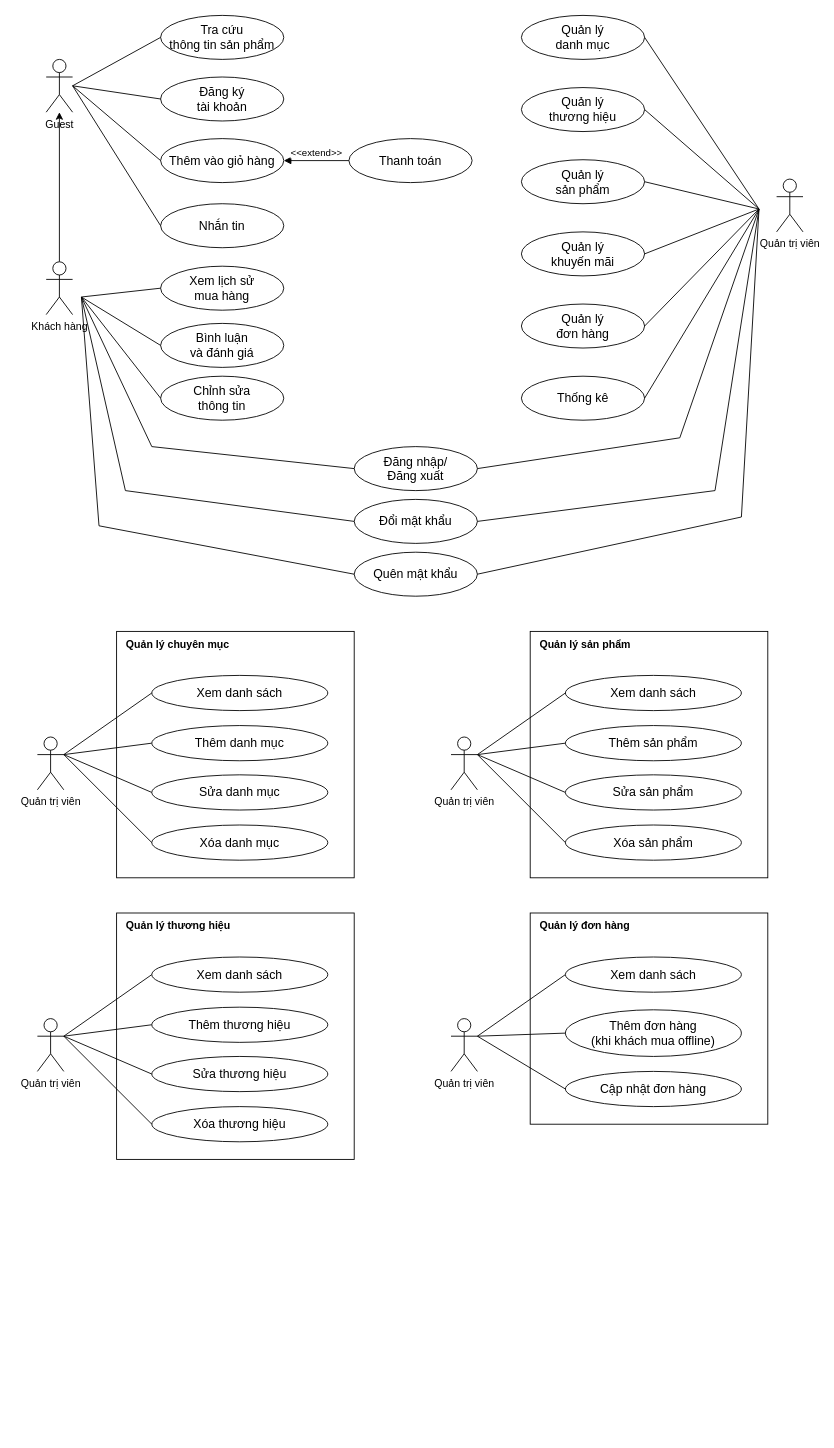
Earlier version of the draw.io diagram docs/01_vi_Usecase_new.drawio (quockhanhtn/mern-ecommerce). Source tidied: cells renumbered, new cells numbered last; positions are measured from the earlier drawing's top-left corner, leaving out a move shared by most shapes. Both pictures are drawn from the tidied source at 88%, with x=0, y=0 at pixel (37, 15).
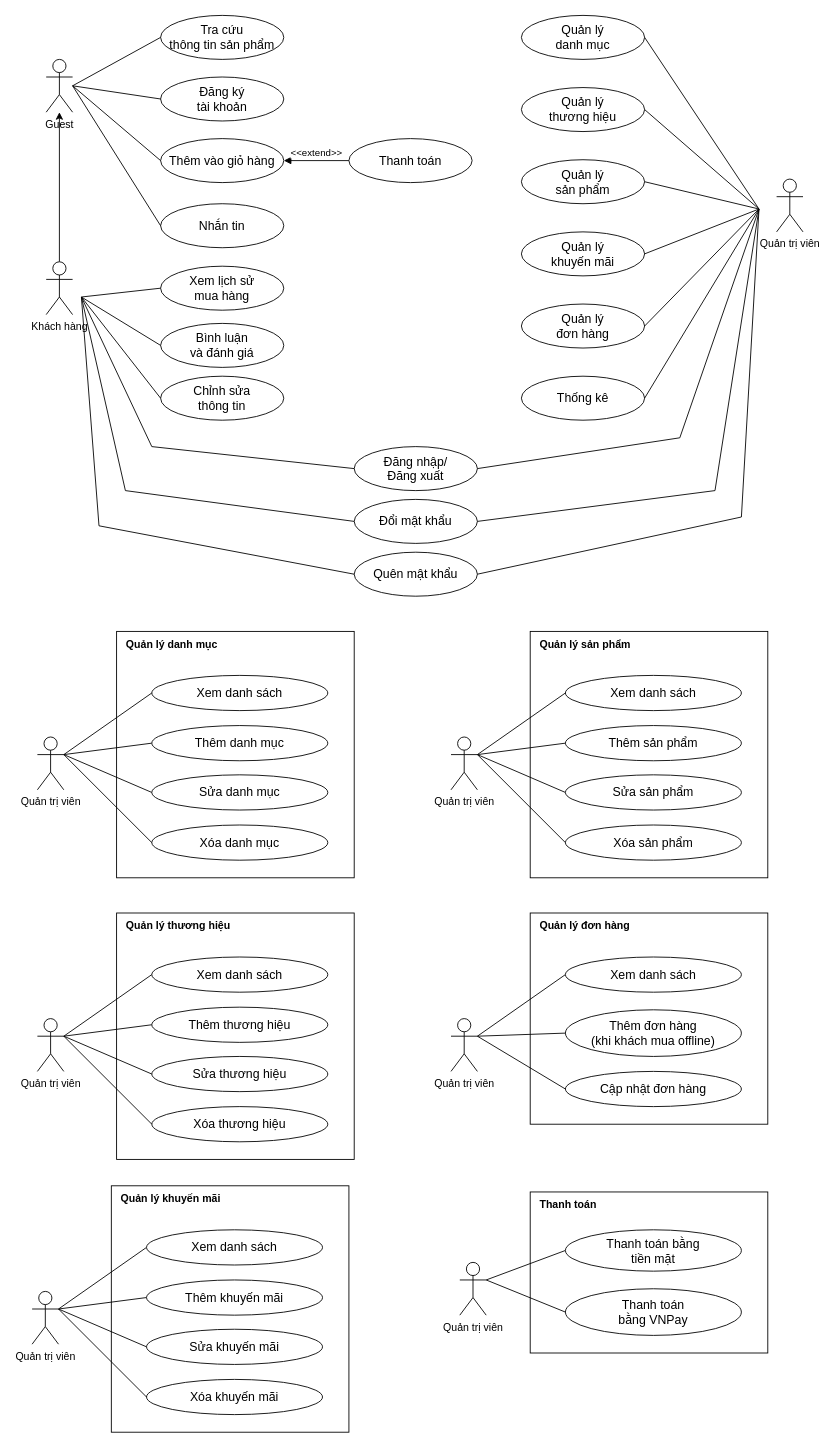
The same page after the edit.

Commit message (it also covers changes not shown here):
Update usecase + improvement UI

Change to the diagram source:
```diff
@@
-    <mxCell id="43" value="Quản lý chuyên mục" style="text;html=1;strokeColor=none;fillColor=none;align=left;verticalAlign=middle;whiteSpace=wrap;rounded=0;fontStyle=1;" parent="1" vertex="1">
+    <mxCell id="43" value="Quản lý danh mục" style="text;html=1;strokeColor=none;fillColor=none;align=left;verticalAlign=middle;whiteSpace=wrap;rounded=0;fontStyle=1;" parent="1" vertex="1">
       <mxGeometry x="98.8" y="700" width="211.8" height="30" as="geometry" />
     </mxCell>
@@
+    <mxCell id="85" style="whiteSpace=wrap;html=1;" parent="1" vertex="1">
+      <mxGeometry x="84" y="1330" width="270" height="280" as="geometry" />
+    </mxCell>
+    <mxCell id="86" value="Quản trị viên" style="shape=umlActor;verticalLabelPosition=bottom;verticalAlign=top;html=1;" parent="1" vertex="1">
+      <mxGeometry x="-6" y="1450" width="30" height="60" as="geometry" />
+    </mxCell>
+    <mxCell id="87" style="rounded=0;jettySize=auto;html=1;fontSize=14;entryX=0;entryY=0.5;entryDx=0;entryDy=0;endArrow=none;exitX=1;exitY=0.3333333333333333;exitDx=0;exitDy=0;exitPerimeter=0;" parent="1" edge="1" source="86" target="91">
+      <mxGeometry relative="1" as="geometry" />
+    </mxCell>
+    <mxCell id="88" style="rounded=0;jettySize=auto;html=1;fontSize=14;entryX=0;entryY=0.5;entryDx=0;entryDy=0;endArrow=none;exitX=1;exitY=0.3333333333333333;exitDx=0;exitDy=0;exitPerimeter=0;" parent="1" edge="1" source="86" target="92">
+      <mxGeometry relative="1" as="geometry" />
+    </mxCell>
+    <mxCell id="89" style="rounded=0;jettySize=auto;html=1;fontSize=14;entryX=0;entryY=0.5;entryDx=0;entryDy=0;endArrow=none;exitX=1;exitY=0.3333333333333333;exitDx=0;exitDy=0;exitPerimeter=0;" parent="1" edge="1" source="86" target="93">
+      <mxGeometry relative="1" as="geometry" />
+    </mxCell>
+    <mxCell id="90" value="Quản lý khuyến mãi" style="text;html=1;strokeColor=none;fillColor=none;align=left;verticalAlign=middle;whiteSpace=wrap;rounded=0;fontStyle=1;" parent="1" vertex="1">
+      <mxGeometry x="92.8" y="1330" width="211.8" height="30" as="geometry" />
+    </mxCell>
+    <mxCell id="91" value="Thêm khuyến mãi" style="ellipse;whiteSpace=wrap;html=1;fontSize=14;" parent="1" vertex="1">
+      <mxGeometry x="124" y="1437" width="200" height="40" as="geometry" />
+    </mxCell>
+    <mxCell id="92" value="Sửa khuyến mãi" style="ellipse;whiteSpace=wrap;html=1;fontSize=14;" parent="1" vertex="1">
+      <mxGeometry x="124" y="1493" width="200" height="40" as="geometry" />
+    </mxCell>
+    <mxCell id="93" value="Xem danh sách" style="ellipse;whiteSpace=wrap;html=1;fontSize=14;" parent="1" vertex="1">
+      <mxGeometry x="124" y="1380" width="200" height="40" as="geometry" />
+    </mxCell>
+    <mxCell id="94" value="Xóa khuyến mãi" style="ellipse;whiteSpace=wrap;html=1;fontSize=14;" parent="1" vertex="1">
+      <mxGeometry x="124" y="1550" width="200" height="40" as="geometry" />
+    </mxCell>
+    <mxCell id="95" style="rounded=0;jettySize=auto;html=1;fontSize=14;entryX=0;entryY=0.5;entryDx=0;entryDy=0;endArrow=none;exitX=1;exitY=0.3333333333333333;exitDx=0;exitDy=0;exitPerimeter=0;" parent="1" edge="1" source="86" target="94">
+      <mxGeometry relative="1" as="geometry" />
+    </mxCell>
+    <mxCell id="96" style="whiteSpace=wrap;html=1;" parent="1" vertex="1">
+      <mxGeometry x="560" y="1337" width="270" height="183" as="geometry" />
+    </mxCell>
+    <mxCell id="97" value="Quản trị viên" style="shape=umlActor;verticalLabelPosition=bottom;verticalAlign=top;html=1;" parent="1" vertex="1">
+      <mxGeometry x="480" y="1417" width="30" height="60" as="geometry" />
+    </mxCell>
+    <mxCell id="98" style="rounded=0;jettySize=auto;html=1;fontSize=14;entryX=0;entryY=0.5;entryDx=0;entryDy=0;endArrow=none;exitX=1;exitY=0.3333333333333333;exitDx=0;exitDy=0;exitPerimeter=0;" parent="1" edge="1" source="97" target="101">
+      <mxGeometry relative="1" as="geometry" />
+    </mxCell>
+    <mxCell id="99" style="rounded=0;jettySize=auto;html=1;fontSize=14;entryX=0;entryY=0.5;entryDx=0;entryDy=0;endArrow=none;exitX=1;exitY=0.3333333333333333;exitDx=0;exitDy=0;exitPerimeter=0;" parent="1" edge="1" source="97" target="102">
+      <mxGeometry relative="1" as="geometry" />
+    </mxCell>
+    <mxCell id="100" value="Thanh toán" style="text;html=1;strokeColor=none;fillColor=none;align=left;verticalAlign=middle;whiteSpace=wrap;rounded=0;fontStyle=1;" parent="1" vertex="1">
+      <mxGeometry x="568.8" y="1337" width="211.8" height="30" as="geometry" />
+    </mxCell>
+    <mxCell id="101" value="Thanh toán &lt;br&gt;bằng VNPay" style="ellipse;whiteSpace=wrap;html=1;fontSize=14;" parent="1" vertex="1">
+      <mxGeometry x="600" y="1447" width="200" height="53" as="geometry" />
+    </mxCell>
+    <mxCell id="102" value="Thanh toán bằng&lt;br&gt;tiền mặt" style="ellipse;whiteSpace=wrap;html=1;fontSize=14;" parent="1" vertex="1">
+      <mxGeometry x="600" y="1380" width="200" height="47" as="geometry" />
+    </mxCell>
```
